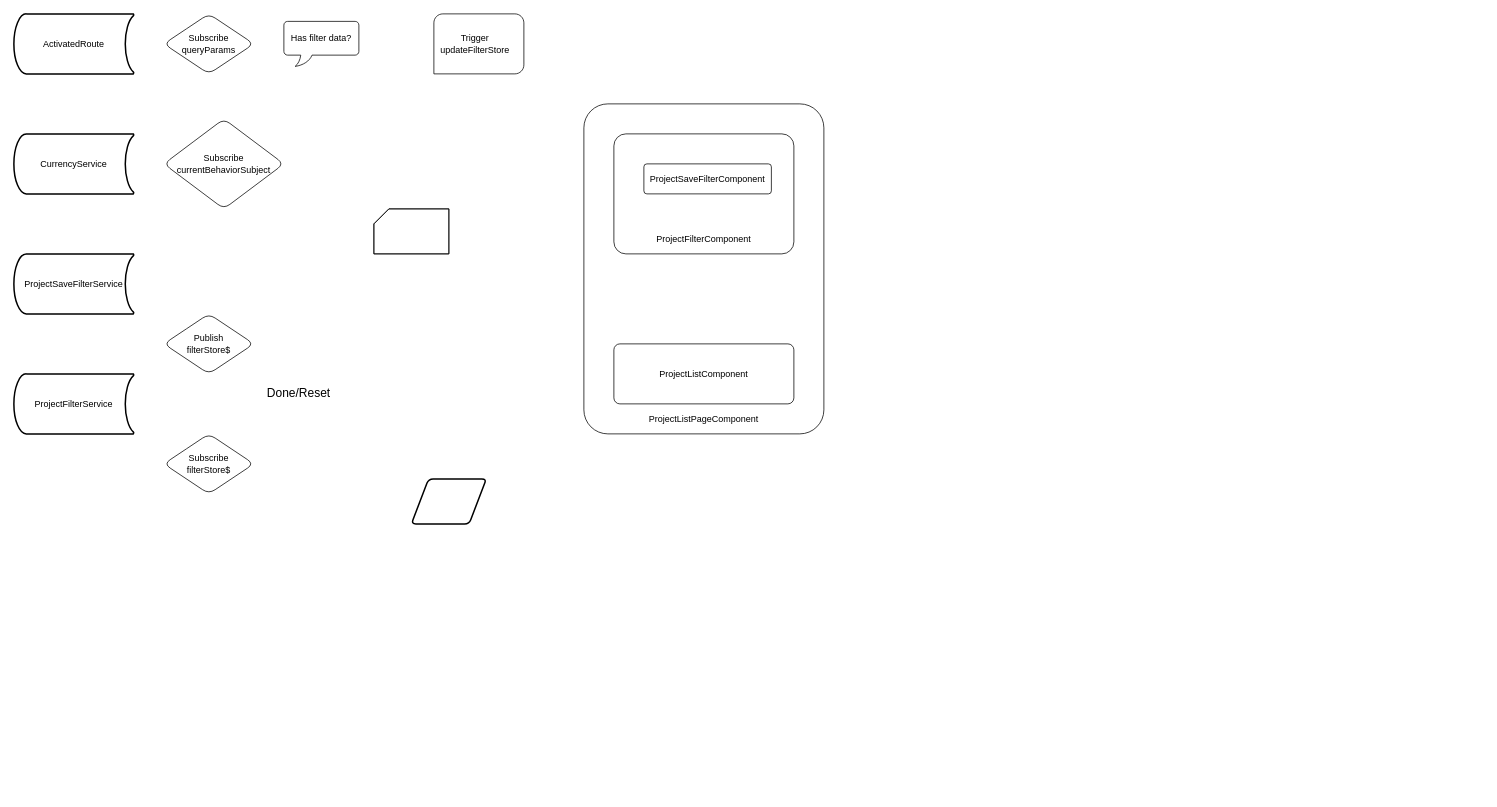
Before: Project-List.drawio in YeShengdong/diagrams, a draw.io diagram. Source tidied: cells renumbered, new cells numbered last; positions are measured from the earlier drawing's top-left corner, leaving out a move shared by most shapes. Both pictures are drawn from the tidied source at 75%, with x=0, y=0 at pixel (14, 14).
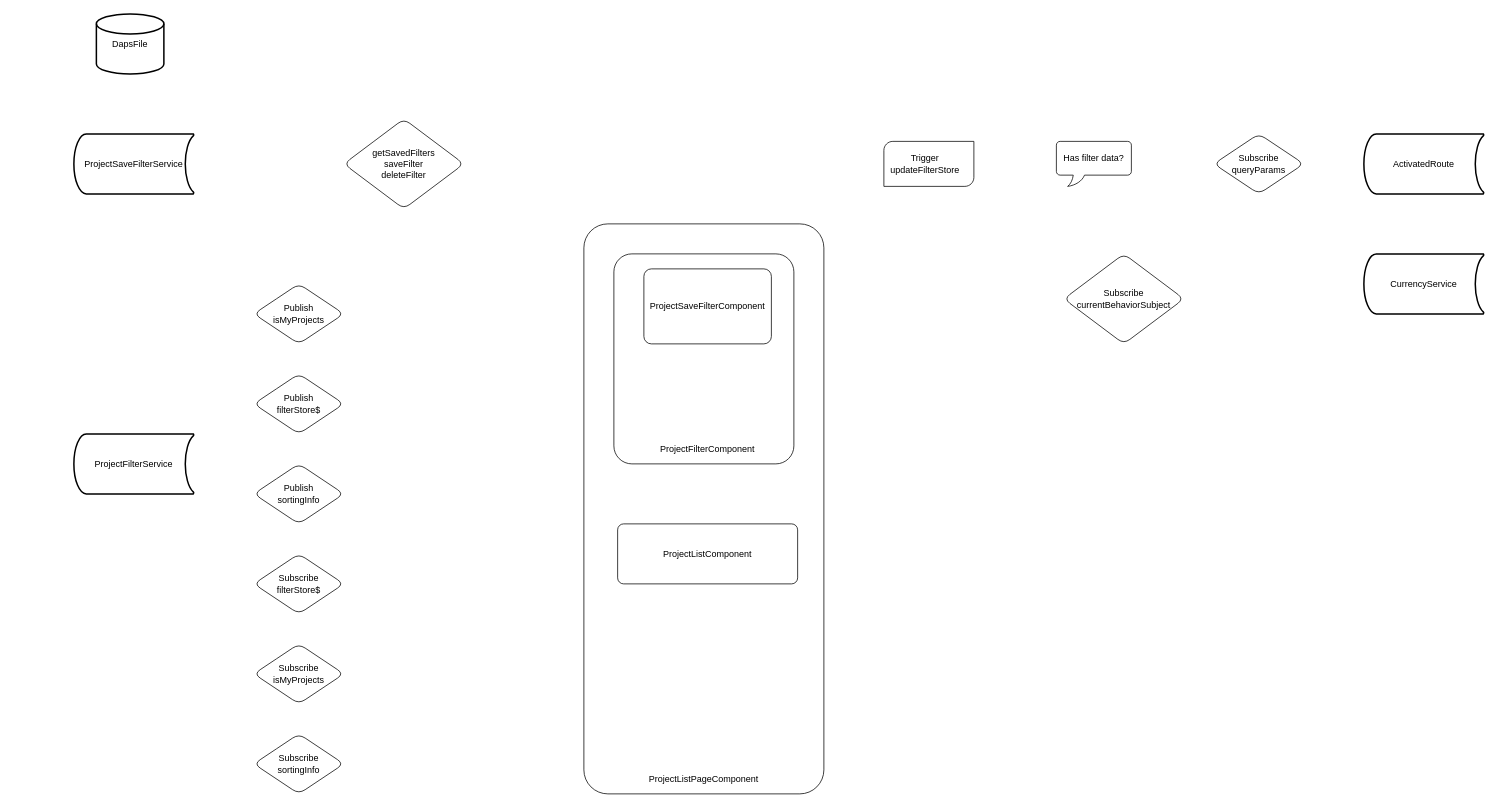
The same page after the edit.

Diff of the diagram source:
```diff
@@
     <mxCell id="2" value="&lt;p style=&quot;line-height: 1;&quot;&gt;&lt;br&gt;&lt;/p&gt;" style="rounded=1;arcSize=10;html=1;align=center;whiteSpace=wrap;fillStyle=auto;glass=0;fillColor=none;" parent="1" vertex="1">
-      <mxGeometry x="760" y="120" width="320" height="440" as="geometry" />
+      <mxGeometry x="760" y="280" width="320" height="760" as="geometry" />
     </mxCell>
     <mxCell id="3" value="Publish&lt;br&gt;filterStore$" style="shape=rhombus;perimeter=rhombusPerimeter;whiteSpace=wrap;html=1;align=center;rounded=1;" parent="1" vertex="1">
-      <mxGeometry x="200" y="400" width="120" height="80" as="geometry" />
+      <mxGeometry x="320" y="480" width="120" height="80" as="geometry" />
     </mxCell>
     <mxCell id="4" value="Subscribe&lt;br&gt;filterStore$" style="shape=rhombus;perimeter=rhombusPerimeter;whiteSpace=wrap;html=1;align=center;rounded=1;" parent="1" vertex="1">
-      <mxGeometry x="200" y="560" width="120" height="80" as="geometry" />
+      <mxGeometry x="320" y="720" width="120" height="80" as="geometry" />
     </mxCell>
     <mxCell id="5" value="Subscribe&lt;br&gt;queryParams" style="shape=rhombus;perimeter=rhombusPerimeter;whiteSpace=wrap;html=1;align=center;rounded=1;" parent="1" vertex="1">
-      <mxGeometry x="200" width="120" height="80" as="geometry" />
+      <mxGeometry x="1600" y="160" width="120" height="80" as="geometry" />
     </mxCell>
-    <mxCell id="6" value="Done/Reset" style="text;html=1;align=center;verticalAlign=middle;whiteSpace=wrap;rounded=0;fontSize=16;" parent="1" vertex="1">
-      <mxGeometry x="350" y="490" width="60" height="30" as="geometry" />
-    </mxCell>
     <mxCell id="7" value="ProjectListPageComponent" style="text;html=1;strokeColor=none;fillColor=none;align=center;verticalAlign=middle;whiteSpace=wrap;rounded=0;glass=0;fillStyle=auto;" parent="1" vertex="1">
-      <mxGeometry x="840" y="520" width="160" height="40" as="geometry" />
+      <mxGeometry x="840" y="1000" width="160" height="40" as="geometry" />
     </mxCell>
     <mxCell id="8" style="rounded=1;arcSize=10;whiteSpace=wrap;html=1;align=center;gradientColor=none;fillColor=none;" parent="1" vertex="1">
-      <mxGeometry x="800" y="160" width="240" height="160" as="geometry" />
+      <mxGeometry x="800" y="320" width="240" height="280" as="geometry" />
     </mxCell>
     <mxCell id="9" value="ProjectFilterComponent" style="text;html=1;strokeColor=none;fillColor=none;align=center;verticalAlign=middle;whiteSpace=wrap;rounded=0;glass=0;fillStyle=auto;" parent="1" vertex="1">
-      <mxGeometry x="840" y="280" width="160" height="40" as="geometry" />
+      <mxGeometry x="845" y="560" width="160" height="40" as="geometry" />
     </mxCell>
     <mxCell id="10" value="ProjectListComponent" style="rounded=1;arcSize=10;whiteSpace=wrap;html=1;align=center;" parent="1" vertex="1">
-      <mxGeometry x="800" y="440" width="240" height="80" as="geometry" />
+      <mxGeometry x="805" y="680" width="240" height="80" as="geometry" />
     </mxCell>
     <mxCell id="11" value="ProjectSaveFilterComponent" style="rounded=1;arcSize=10;whiteSpace=wrap;html=1;align=center;" parent="1" vertex="1">
-      <mxGeometry x="840" y="200" width="170" height="40" as="geometry" />
+      <mxGeometry x="840" y="340" width="170" height="100" as="geometry" />
     </mxCell>
-    <mxCell id="12" style="shape=parallelogram;html=1;strokeWidth=2;perimeter=parallelogramPerimeter;whiteSpace=wrap;rounded=1;arcSize=12;size=0.23;glass=0;fillStyle=auto;strokeColor=default;fillColor=none;gradientColor=none;" parent="1" vertex="1">
-      <mxGeometry x="530" y="620" width="100" height="60" as="geometry" />
-    </mxCell>
-    <mxCell id="13" style="verticalLabelPosition=bottom;verticalAlign=top;html=1;shape=card;whiteSpace=wrap;size=20;arcSize=12;glass=0;fillStyle=auto;strokeColor=default;fillColor=none;gradientColor=none;" parent="1" vertex="1">
-      <mxGeometry x="480" y="260" width="100" height="60" as="geometry" />
-    </mxCell>
-    <mxCell id="14" style="verticalLabelPosition=bottom;verticalAlign=top;html=1;shape=card;whiteSpace=wrap;size=20;arcSize=12;glass=0;fillStyle=auto;strokeColor=default;fillColor=none;gradientColor=none;" parent="1" vertex="1">
-      <mxGeometry x="480" y="260" width="100" height="60" as="geometry" />
-    </mxCell>
-    <mxCell id="15" style="verticalLabelPosition=bottom;verticalAlign=top;html=1;shape=mxgraph.basic.three_corner_round_rect;dx=6;glass=0;fillStyle=auto;strokeColor=default;fillColor=none;gradientColor=none;" parent="1" vertex="1">
-      <mxGeometry x="560" width="120" height="80" as="geometry" />
-    </mxCell>
     <mxCell id="16" value="Trigger&lt;br&gt;updateFilterStore" style="text;html=1;strokeColor=none;fillColor=none;align=center;verticalAlign=middle;whiteSpace=wrap;rounded=0;glass=0;fillStyle=auto;" parent="1" vertex="1">
-      <mxGeometry x="580" y="25" width="70" height="30" as="geometry" />
+      <mxGeometry x="1180" y="185" width="70" height="30" as="geometry" />
     </mxCell>
     <mxCell id="17" value="ActivatedRoute" style="strokeWidth=2;html=1;shape=mxgraph.flowchart.stored_data;whiteSpace=wrap;glass=0;fillStyle=auto;strokeColor=default;fillColor=none;gradientColor=none;" parent="1" vertex="1">
-      <mxGeometry width="160" height="80" as="geometry" />
+      <mxGeometry x="1800" y="160" width="160" height="80" as="geometry" />
     </mxCell>
     <mxCell id="18" value="ProjectSaveFilterService" style="strokeWidth=2;html=1;shape=mxgraph.flowchart.stored_data;whiteSpace=wrap;glass=0;fillStyle=auto;strokeColor=default;fillColor=none;gradientColor=none;" parent="1" vertex="1">
-      <mxGeometry y="320" width="160" height="80" as="geometry" />
+      <mxGeometry x="80" y="160" width="160" height="80" as="geometry" />
     </mxCell>
     <mxCell id="19" value="CurrencyService" style="strokeWidth=2;html=1;shape=mxgraph.flowchart.stored_data;whiteSpace=wrap;glass=0;fillStyle=auto;strokeColor=default;fillColor=none;gradientColor=none;" parent="1" vertex="1">
-      <mxGeometry y="160" width="160" height="80" as="geometry" />
+      <mxGeometry x="1800" y="320" width="160" height="80" as="geometry" />
     </mxCell>
     <mxCell id="20" value="ProjectFilterService" style="strokeWidth=2;html=1;shape=mxgraph.flowchart.stored_data;whiteSpace=wrap;glass=0;fillStyle=auto;strokeColor=default;fillColor=none;gradientColor=none;" parent="1" vertex="1">
-      <mxGeometry y="480" width="160" height="80" as="geometry" />
+      <mxGeometry x="80" y="560" width="160" height="80" as="geometry" />
     </mxCell>
     <mxCell id="21" value="Has filter data?" style="whiteSpace=wrap;html=1;shape=mxgraph.basic.roundRectCallout;dx=30;dy=15;size=5;boundedLbl=1;glass=0;fillStyle=auto;strokeColor=default;fillColor=none;gradientColor=none;" parent="1" vertex="1">
-      <mxGeometry x="360" y="10" width="100" height="60" as="geometry" />
+      <mxGeometry x="1390" y="170" width="100" height="60" as="geometry" />
     </mxCell>
     <mxCell id="22" value="Subscribe&lt;br&gt;currentBehaviorSubject" style="shape=rhombus;perimeter=rhombusPerimeter;whiteSpace=wrap;html=1;align=center;rounded=1;" parent="1" vertex="1">
-      <mxGeometry x="200" y="140" width="160" height="120" as="geometry" />
+      <mxGeometry x="1400" y="320" width="160" height="120" as="geometry" />
     </mxCell>
+    <mxCell id="23" style="verticalLabelPosition=bottom;verticalAlign=top;html=1;shape=mxgraph.basic.diag_round_rect;dx=6;glass=0;fillStyle=auto;strokeColor=default;fillColor=none;gradientColor=none;" parent="1" vertex="1">
+      <mxGeometry x="1160" y="170" width="120" height="60" as="geometry" />
+    </mxCell>
+    <mxCell id="24" value="Subscribe&lt;br&gt;isMyProjects" style="shape=rhombus;perimeter=rhombusPerimeter;whiteSpace=wrap;html=1;align=center;rounded=1;" parent="1" vertex="1">
+      <mxGeometry x="320" y="840" width="120" height="80" as="geometry" />
+    </mxCell>
+    <mxCell id="25" value="Publish&lt;br&gt;isMyProjects" style="shape=rhombus;perimeter=rhombusPerimeter;whiteSpace=wrap;html=1;align=center;rounded=1;" parent="1" vertex="1">
+      <mxGeometry x="320" y="360" width="120" height="80" as="geometry" />
+    </mxCell>
+    <mxCell id="26" value="&lt;div&gt;getSavedFilters&lt;/div&gt;&lt;div&gt;saveFilter&lt;/div&gt;&lt;div&gt;deleteFilter&lt;/div&gt;" style="shape=rhombus;perimeter=rhombusPerimeter;whiteSpace=wrap;html=1;align=center;rounded=1;" parent="1" vertex="1">
+      <mxGeometry x="440" y="140" width="160" height="120" as="geometry" />
+    </mxCell>
+    <mxCell id="27" value="Publish&lt;br&gt;sortingInfo" style="shape=rhombus;perimeter=rhombusPerimeter;whiteSpace=wrap;html=1;align=center;rounded=1;" parent="1" vertex="1">
+      <mxGeometry x="320" y="600" width="120" height="80" as="geometry" />
+    </mxCell>
+    <mxCell id="28" value="Subscribe&lt;br&gt;sortingInfo" style="shape=rhombus;perimeter=rhombusPerimeter;whiteSpace=wrap;html=1;align=center;rounded=1;" parent="1" vertex="1">
+      <mxGeometry x="320" y="960" width="120" height="80" as="geometry" />
+    </mxCell>
+    <mxCell id="29" value="DapsFile" style="strokeWidth=2;html=1;shape=mxgraph.flowchart.database;whiteSpace=wrap;glass=0;fillStyle=auto;strokeColor=default;fillColor=none;gradientColor=none;" parent="1" vertex="1">
+      <mxGeometry x="110" width="90" height="80" as="geometry" />
+    </mxCell>
```
